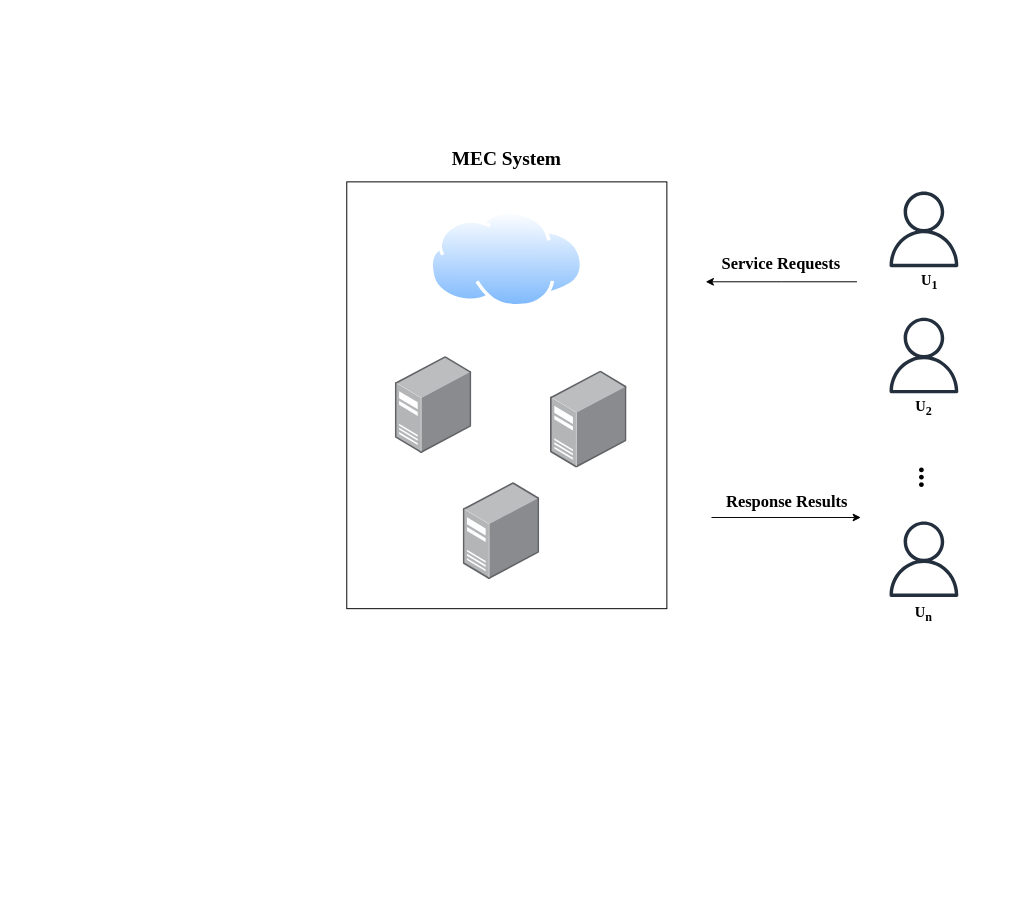
Before: 未命名绘图.drawio in DCLe-DA/Learning-DL-by-Hand, a draw.io diagram. Source tidied: cells renumbered, new cells numbered last; positions are measured from the earlier drawing's top-left corner, leaving out a move shared by most shapes. Both pictures are drawn from the tidied source at 97%, with x=0, y=0 at pixel (293, 123).
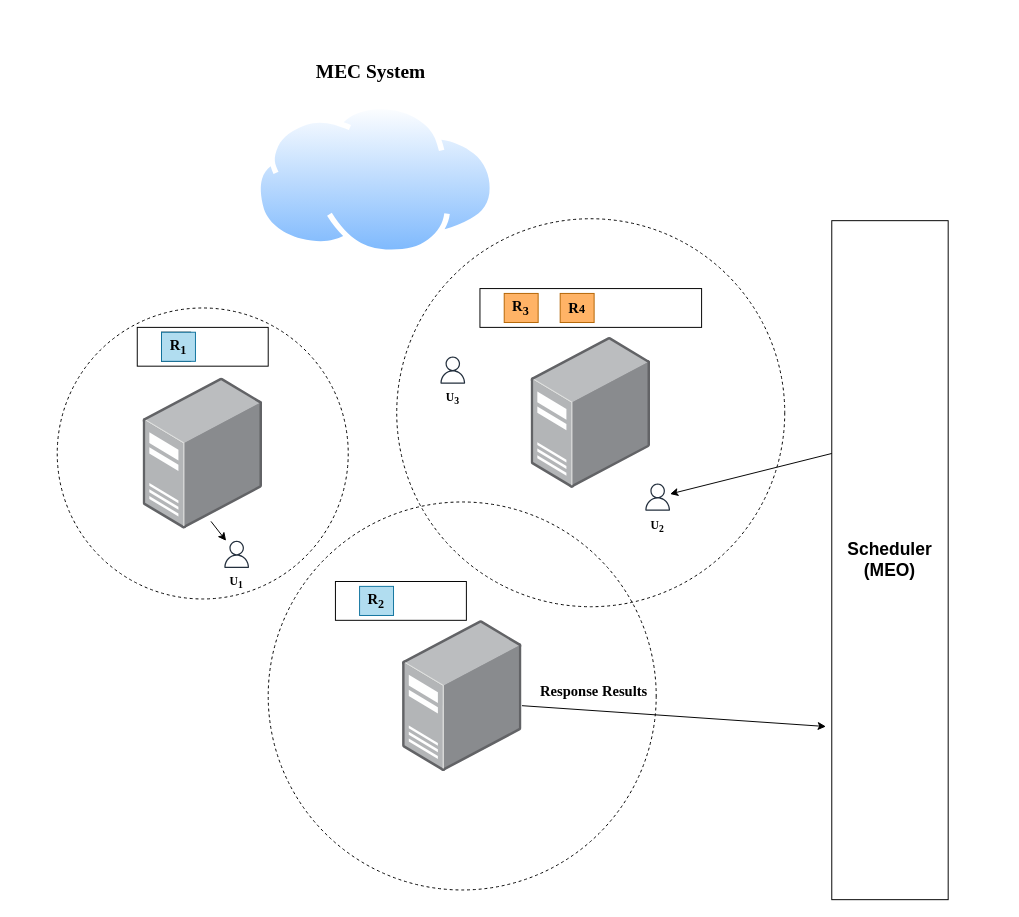
Above is the later version.

The edit, as a diff of the source:
```diff
@@
     <mxCell id="2" style="group;" parent="1" vertex="1">
-      <mxGeometry x="55" y="60" width="330" height="440" as="geometry" />
+      <mxGeometry x="-285" y="-20" width="791.5" height="810" as="geometry" />
     </mxCell>
-    <mxCell id="3" style="rounded=0;whiteSpace=wrap;html=1;rotation=-90;" parent="2" vertex="1">
-      <mxGeometry x="-55" y="55" width="440" height="330" as="geometry" />
-    </mxCell>
-    <mxCell id="4" style="image;perimeter=ellipsePerimeter;html=1;align=center;shadow=0;dashed=0;spacingTop=3;image=img/lib/active_directory/internet_cloud.svg;" parent="2" vertex="1">
-      <mxGeometry x="85.6" y="30" width="158.7" height="100" as="geometry" />
-    </mxCell>
+    <mxCell id="20" style="ellipse;whiteSpace=wrap;html=1;fillColor=none;dashed=1;" parent="2" vertex="1">
+      <mxGeometry x="391.5" y="118" width="400" height="400" as="geometry" />
+    </mxCell>
+    <mxCell id="21" style="ellipse;whiteSpace=wrap;html=1;fillColor=none;dashed=1;" parent="2" vertex="1">
+      <mxGeometry x="259" y="410" width="400" height="400" as="geometry" />
+    </mxCell>
+    <mxCell id="22" style="ellipse;whiteSpace=wrap;html=1;fillColor=none;dashed=1;" parent="2" vertex="1">
+      <mxGeometry x="41.5" y="210" width="300" height="300" as="geometry" />
+    </mxCell>
     <mxCell id="5" style="image;html=1;align=center;shadow=0;dashed=0;image=img/lib/allied_telesis/computer_and_terminals/Server_Desktop.svg;" parent="2" vertex="1">
-      <mxGeometry x="50" y="180" width="78.9" height="100" as="geometry" />
+      <mxGeometry x="130" y="282" width="123.1" height="156" as="geometry" />
     </mxCell>
     <mxCell id="6" style="image;html=1;align=center;shadow=0;dashed=0;image=img/lib/allied_telesis/computer_and_terminals/Server_Desktop.svg;" parent="2" vertex="1">
-      <mxGeometry x="210" y="195" width="78.9" height="100" as="geometry" />
+      <mxGeometry x="530" y="240" width="123.1" height="156" as="geometry" />
     </mxCell>
     <mxCell id="7" style="image;html=1;align=center;shadow=0;dashed=0;image=img/lib/allied_telesis/computer_and_terminals/Server_Desktop.svg;" parent="2" vertex="1">
-      <mxGeometry x="120" y="310" width="78.9" height="100" as="geometry" />
+      <mxGeometry x="397.5" y="532" width="123.1" height="156" as="geometry" />
     </mxCell>
+    <mxCell id="11" style="sketch=0;outlineConnect=0;fontColor=#232F3E;gradientColor=none;fillColor=#232F3D;strokeColor=none;dashed=0;verticalLabelPosition=bottom;verticalAlign=top;align=center;html=1;fontSize=12;fontStyle=0;shape=mxgraph.aws4.user;" parent="2" vertex="1">
+      <mxGeometry x="212.5" y="450" width="28" height="28" as="geometry" />
+    </mxCell>
+    <mxCell id="13" value="&lt;font face=&quot;Times New Roman&quot; style=&quot;font-size: 12px;&quot;&gt;&lt;b style=&quot;&quot;&gt;U&lt;sub&gt;1&lt;/sub&gt;&lt;/b&gt;&lt;/font&gt;" style="text;strokeColor=none;align=center;fillColor=none;html=1;verticalAlign=middle;whiteSpace=wrap;rounded=0;" parent="2" vertex="1">
+      <mxGeometry x="207" y="478" width="39" height="30" as="geometry" />
+    </mxCell>
+    <mxCell id="23" style="rounded=0;whiteSpace=wrap;html=1;" parent="2" vertex="1">
+      <mxGeometry x="124" y="230" width="135" height="40" as="geometry" />
+    </mxCell>
+    <mxCell id="24" style="whiteSpace=wrap;html=1;" parent="2" vertex="1">
+      <mxGeometry x="149" y="235" width="30" height="30" as="geometry" />
+    </mxCell>
+    <mxCell id="25" value="&lt;font size=&quot;1&quot; face=&quot;Times New Roman&quot; style=&quot;&quot;&gt;&lt;b style=&quot;font-size: 15px;&quot;&gt;R&lt;sub&gt;1&lt;/sub&gt;&lt;/b&gt;&lt;/font&gt;" style="text;strokeColor=#10739e;align=center;fillColor=#b1ddf0;html=1;verticalAlign=middle;whiteSpace=wrap;rounded=0;" parent="2" vertex="1">
+      <mxGeometry x="149" y="235" width="35" height="30" as="geometry" />
+    </mxCell>
+    <mxCell id="26" style="endArrow=classic;html=1;rounded=0;" parent="2" edge="1" target="11">
+      <mxGeometry relative="1" as="geometry">
+        <mxPoint x="200" y="430" as="sourcePoint" />
+      </mxGeometry>
+    </mxCell>
+    <mxCell id="27" style="sketch=0;outlineConnect=0;fontColor=#232F3E;gradientColor=none;fillColor=#232F3D;strokeColor=none;dashed=0;verticalLabelPosition=bottom;verticalAlign=top;align=center;html=1;fontSize=12;fontStyle=0;shape=mxgraph.aws4.user;" parent="2" vertex="1">
+      <mxGeometry x="646.5" y="391" width="28" height="28" as="geometry" />
+    </mxCell>
+    <mxCell id="14" value="&lt;font face=&quot;Times New Roman&quot; style=&quot;font-size: 12px;&quot;&gt;&lt;b style=&quot;&quot;&gt;U&lt;sub&gt;2&lt;/sub&gt;&lt;/b&gt;&lt;/font&gt;" style="text;strokeColor=none;align=center;fillColor=none;html=1;verticalAlign=middle;whiteSpace=wrap;rounded=0;" parent="2" vertex="1">
+      <mxGeometry x="641" y="420" width="39" height="30" as="geometry" />
+    </mxCell>
+    <mxCell id="28" style="rounded=0;whiteSpace=wrap;html=1;" parent="2" vertex="1">
+      <mxGeometry x="328.3" y="492" width="135" height="40" as="geometry" />
+    </mxCell>
+    <mxCell id="29" value="&lt;font size=&quot;1&quot; face=&quot;Times New Roman&quot; style=&quot;&quot;&gt;&lt;b style=&quot;font-size: 15px;&quot;&gt;R&lt;sub&gt;2&lt;/sub&gt;&lt;/b&gt;&lt;/font&gt;" style="text;strokeColor=#10739e;align=center;fillColor=#b1ddf0;html=1;verticalAlign=middle;whiteSpace=wrap;rounded=0;" parent="2" vertex="1">
+      <mxGeometry x="353.2" y="497" width="35" height="30" as="geometry" />
+    </mxCell>
+    <mxCell id="4" style="image;perimeter=ellipsePerimeter;html=1;align=center;shadow=0;dashed=0;spacingTop=3;image=img/lib/active_directory/internet_cloud.svg;" parent="2" vertex="1">
+      <mxGeometry x="246" width="247.6" height="156" as="geometry" />
+    </mxCell>
+    <mxCell id="30" style="endArrow=classic;html=1;rounded=0;entryX=-0.05;entryY=0.745;entryDx=0;entryDy=0;entryPerimeter=0;" parent="2" edge="1" target="36">
+      <mxGeometry relative="1" as="geometry">
+        <mxPoint x="520.6" y="620" as="sourcePoint" />
+      </mxGeometry>
+    </mxCell>
+    <mxCell id="18" value="&lt;font size=&quot;1&quot; face=&quot;Times New Roman&quot;&gt;&lt;b style=&quot;font-size: 15px;&quot;&gt;Response Results&lt;/b&gt;&lt;/font&gt;" style="text;strokeColor=none;align=center;fillColor=none;html=1;verticalAlign=middle;whiteSpace=wrap;rounded=0;rotation=0;" parent="2" vertex="1">
+      <mxGeometry x="530" y="590" width="130" height="30" as="geometry" />
+    </mxCell>
+    <mxCell id="31" style="rounded=0;whiteSpace=wrap;html=1;" parent="2" vertex="1">
+      <mxGeometry x="477.3" y="190" width="228.5" height="40" as="geometry" />
+    </mxCell>
+    <mxCell id="32" value="&lt;font size=&quot;1&quot; face=&quot;Times New Roman&quot; style=&quot;&quot;&gt;&lt;b style=&quot;font-size: 15px;&quot;&gt;R&lt;sub&gt;3&lt;/sub&gt;&lt;/b&gt;&lt;/font&gt;" style="text;strokeColor=#b46504;align=center;fillColor=#FFB366;html=1;verticalAlign=middle;whiteSpace=wrap;rounded=0;" parent="2" vertex="1">
+      <mxGeometry x="502.3" y="195" width="35" height="30" as="geometry" />
+    </mxCell>
+    <mxCell id="33" value="&lt;font face=&quot;Times New Roman&quot; style=&quot;&quot;&gt;&lt;b style=&quot;font-size: 15px;&quot;&gt;R&lt;/b&gt;&lt;b style=&quot;font-size: 12.5px;&quot;&gt;4&lt;/b&gt;&lt;/font&gt;" style="text;strokeColor=#b46504;align=center;fillColor=#FFB366;html=1;verticalAlign=middle;whiteSpace=wrap;rounded=0;" parent="2" vertex="1">
+      <mxGeometry x="560" y="195" width="35" height="30" as="geometry" />
+    </mxCell>
+    <mxCell id="34" style="sketch=0;fontColor=#232F3E;gradientColor=none;fillColor=#232F3D;strokeColor=none;dashed=0;verticalLabelPosition=bottom;verticalAlign=top;align=center;html=1;fontSize=12;fontStyle=0;shape=mxgraph.aws4.user;" parent="2" vertex="1">
+      <mxGeometry x="435.3" y="260" width="28" height="28" as="geometry" />
+    </mxCell>
+    <mxCell id="35" value="&lt;font face=&quot;Times New Roman&quot; style=&quot;font-size: 12px;&quot;&gt;&lt;b style=&quot;&quot;&gt;U&lt;sub&gt;3&lt;/sub&gt;&lt;/b&gt;&lt;/font&gt;" style="text;strokeColor=none;align=center;fillColor=none;html=1;verticalAlign=middle;whiteSpace=wrap;rounded=0;" parent="2" vertex="1">
+      <mxGeometry x="429.8" y="288" width="39" height="30" as="geometry" />
+    </mxCell>
     <mxCell id="8" value="&lt;font size=&quot;1&quot; face=&quot;Times New Roman&quot; style=&quot;&quot;&gt;&lt;b style=&quot;font-size: 20px;&quot;&gt;MEC System&lt;/b&gt;&lt;/font&gt;" style="text;strokeColor=none;align=center;fillColor=none;html=1;verticalAlign=middle;whiteSpace=wrap;rounded=0;" parent="1" vertex="1">
-      <mxGeometry x="105" width="230" height="70" as="geometry" />
+      <mxGeometry x="-170.8" y="-110" width="501.8" height="109.2" as="geometry" />
     </mxCell>
-    <mxCell id="9" style="sketch=0;fontColor=#232F3E;gradientColor=none;fillColor=#232F3D;strokeColor=none;dashed=0;verticalLabelPosition=bottom;verticalAlign=top;align=center;html=1;fontSize=12;fontStyle=0;shape=mxgraph.aws4.user;" parent="1" vertex="1">
-      <mxGeometry x="611" y="70" width="78" height="78" as="geometry" />
-    </mxCell>
-    <mxCell id="10" style="sketch=0;fontColor=#232F3E;gradientColor=none;fillColor=#232F3D;strokeColor=none;dashed=0;verticalLabelPosition=bottom;verticalAlign=top;align=center;html=1;fontSize=12;fontStyle=0;shape=mxgraph.aws4.user;" parent="1" vertex="1">
-      <mxGeometry x="611" y="200" width="78" height="78" as="geometry" />
-    </mxCell>
-    <mxCell id="11" style="sketch=0;outlineConnect=0;fontColor=#232F3E;gradientColor=none;fillColor=#232F3D;strokeColor=none;dashed=0;verticalLabelPosition=bottom;verticalAlign=top;align=center;html=1;fontSize=12;fontStyle=0;shape=mxgraph.aws4.user;" parent="1" vertex="1">
-      <mxGeometry x="611" y="410" width="78" height="78" as="geometry" />
-    </mxCell>
-    <mxCell id="12" style="edgeStyle=orthogonalEdgeStyle;rounded=0;jettySize=auto;html=1;exitX=0;exitY=0.5;exitDx=0;exitDy=0;" parent="1" edge="1" source="13">
-      <mxGeometry relative="1" as="geometry">
-        <mxPoint x="425" y="163" as="targetPoint" />
-      </mxGeometry>
-    </mxCell>
-    <mxCell id="13" value="&lt;font size=&quot;1&quot; face=&quot;Times New Roman&quot; style=&quot;&quot;&gt;&lt;b style=&quot;font-size: 15px;&quot;&gt;U&lt;sub&gt;1&lt;/sub&gt;&lt;/b&gt;&lt;/font&gt;" style="text;strokeColor=none;align=center;fillColor=none;html=1;verticalAlign=middle;whiteSpace=wrap;rounded=0;" parent="1" vertex="1">
-      <mxGeometry x="581" y="148" width="150" height="30" as="geometry" />
-    </mxCell>
-    <mxCell id="14" value="&lt;font size=&quot;1&quot; face=&quot;Times New Roman&quot; style=&quot;&quot;&gt;&lt;b style=&quot;font-size: 15px;&quot;&gt;U&lt;sub&gt;2&lt;/sub&gt;&lt;/b&gt;&lt;/font&gt;" style="text;strokeColor=none;align=center;fillColor=none;html=1;verticalAlign=middle;whiteSpace=wrap;rounded=0;" parent="1" vertex="1">
-      <mxGeometry x="575" y="278" width="150" height="30" as="geometry" />
-    </mxCell>
-    <mxCell id="15" value="&lt;font size=&quot;1&quot; face=&quot;Times New Roman&quot; style=&quot;&quot;&gt;&lt;b style=&quot;font-size: 15px;&quot;&gt;U&lt;sub&gt;n&lt;/sub&gt;&lt;/b&gt;&lt;/font&gt;" style="text;strokeColor=none;align=center;fillColor=none;html=1;verticalAlign=middle;whiteSpace=wrap;rounded=0;" parent="1" vertex="1">
-      <mxGeometry x="575" y="490" width="150" height="30" as="geometry" />
-    </mxCell>
-    <mxCell id="16" value="&lt;font size=&quot;1&quot; face=&quot;Times New Roman&quot; style=&quot;&quot;&gt;&lt;b style=&quot;font-size: 30px;&quot;&gt;...&lt;/b&gt;&lt;/font&gt;" style="text;strokeColor=none;align=center;fillColor=none;html=1;verticalAlign=middle;whiteSpace=wrap;rounded=0;rotation=90;" parent="1" vertex="1">
-      <mxGeometry x="626" y="350" width="60" height="30" as="geometry" />
-    </mxCell>
-    <mxCell id="17" value="&lt;font size=&quot;1&quot; face=&quot;Times New Roman&quot;&gt;&lt;b style=&quot;font-size: 17px;&quot;&gt;Service Requests&lt;/b&gt;&lt;/font&gt;" style="text;strokeColor=none;align=center;fillColor=none;html=1;verticalAlign=middle;whiteSpace=wrap;rounded=0;" parent="1" vertex="1">
-      <mxGeometry x="431" y="130" width="144" height="30" as="geometry" />
-    </mxCell>
-    <mxCell id="18" value="&lt;font size=&quot;1&quot; face=&quot;Times New Roman&quot;&gt;&lt;b style=&quot;font-size: 17px;&quot;&gt;Response Results&lt;/b&gt;&lt;/font&gt;" style="text;strokeColor=none;align=center;fillColor=none;html=1;verticalAlign=middle;whiteSpace=wrap;rounded=0;" parent="1" vertex="1">
-      <mxGeometry x="437" y="376" width="144" height="30" as="geometry" />
-    </mxCell>
-    <mxCell id="19" style="edgeStyle=none;orthogonalLoop=1;jettySize=auto;html=1;rounded=0;strokeColor=default;" parent="1" edge="1">
-      <mxGeometry relative="1" as="geometry">
-        <mxPoint x="431" y="406" as="sourcePoint" />
-        <mxPoint x="585" y="406" as="targetPoint" />
-      </mxGeometry>
-    </mxCell>
+    <mxCell id="36" value="&lt;font style=&quot;font-size: 18px;&quot;&gt;&lt;b&gt;Scheduler&lt;/b&gt;&lt;/font&gt;&lt;div&gt;&lt;font style=&quot;font-size: 18px;&quot;&gt;&lt;b&gt;(MEO)&lt;/b&gt;&lt;/font&gt;&lt;/div&gt;" style="rounded=0;whiteSpace=wrap;html=1;" parent="1" vertex="1">
+      <mxGeometry x="555" y="100" width="120" height="700" as="geometry" />
+    </mxCell>
+    <mxCell id="37" style="endArrow=classic;html=1;rounded=0;" parent="1" edge="1" target="27">
+      <mxGeometry relative="1" as="geometry">
+        <mxPoint x="555" y="340" as="sourcePoint" />
+      </mxGeometry>
+    </mxCell>
```
